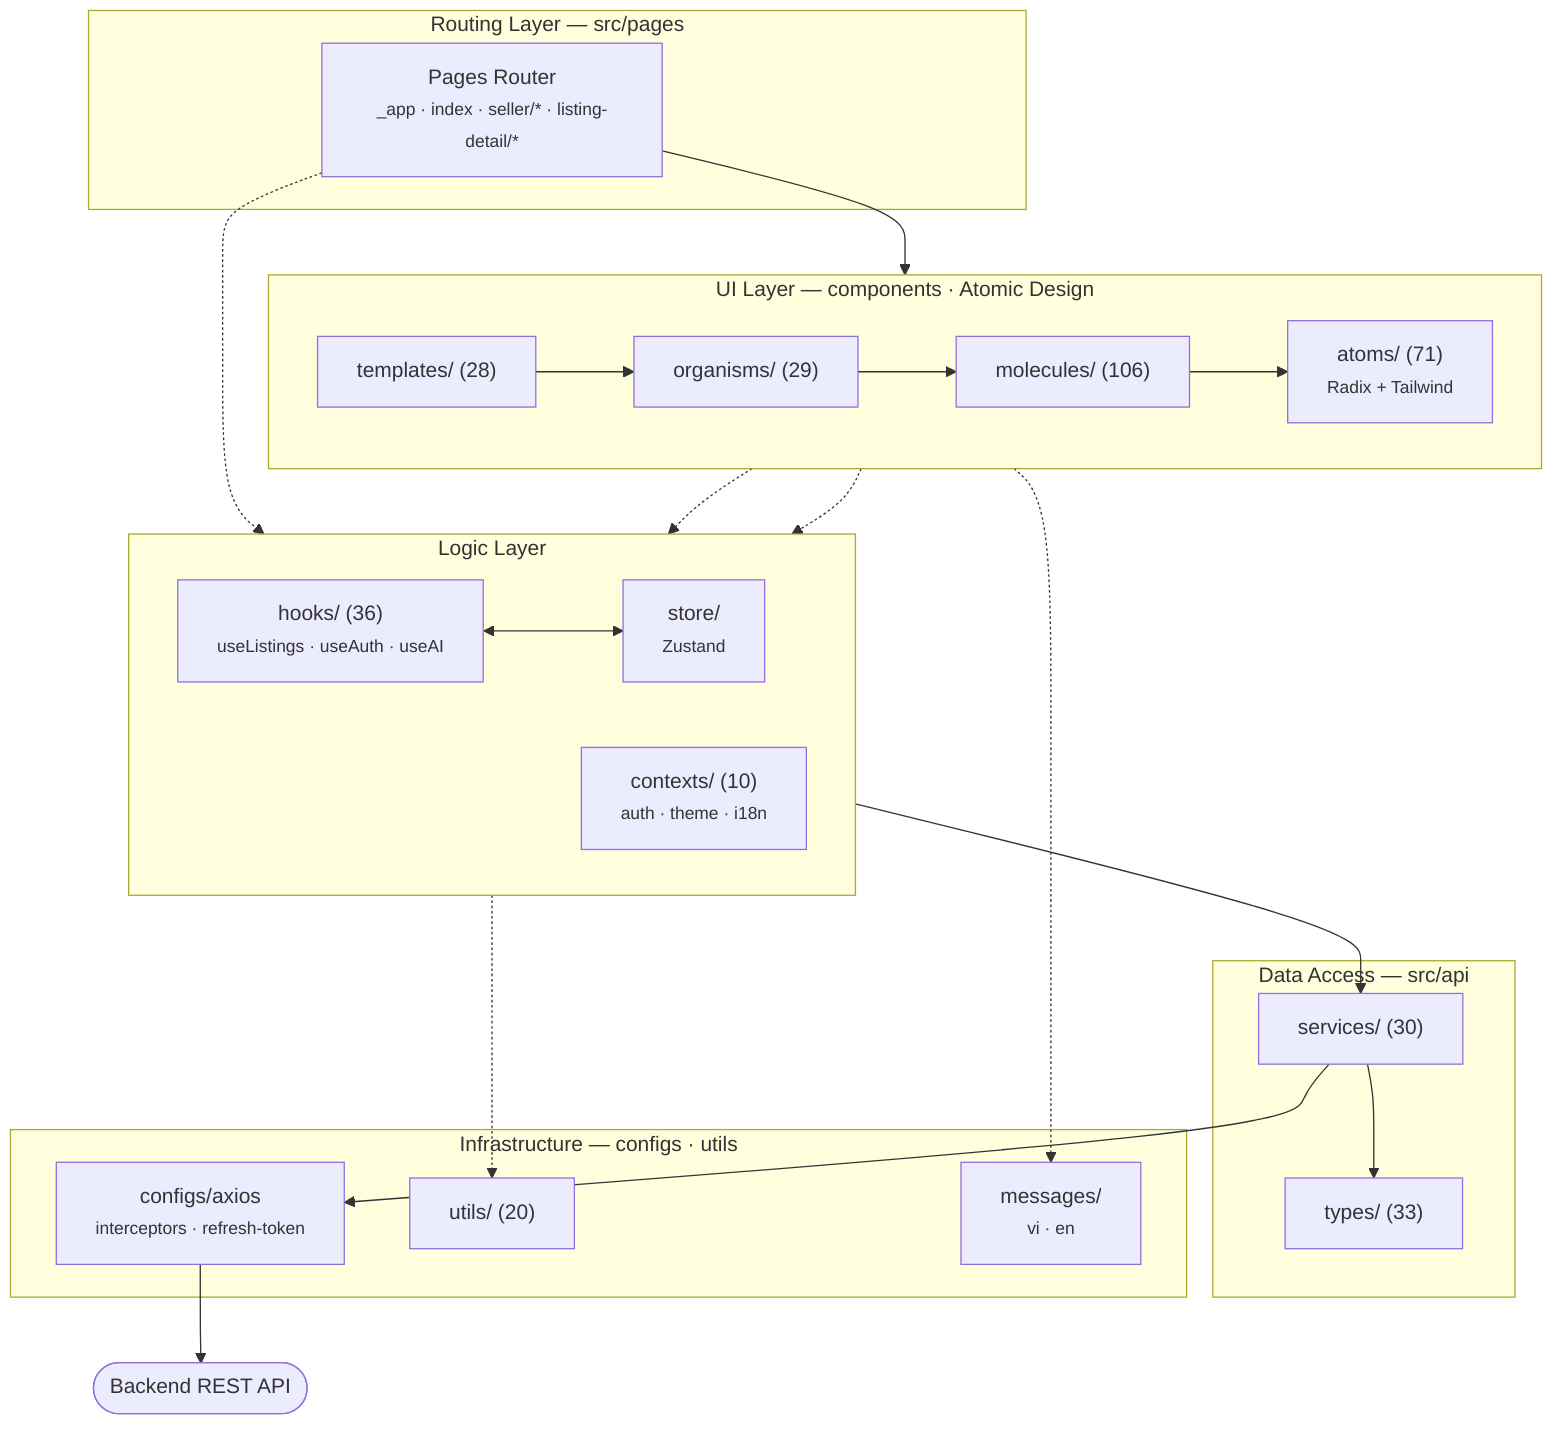
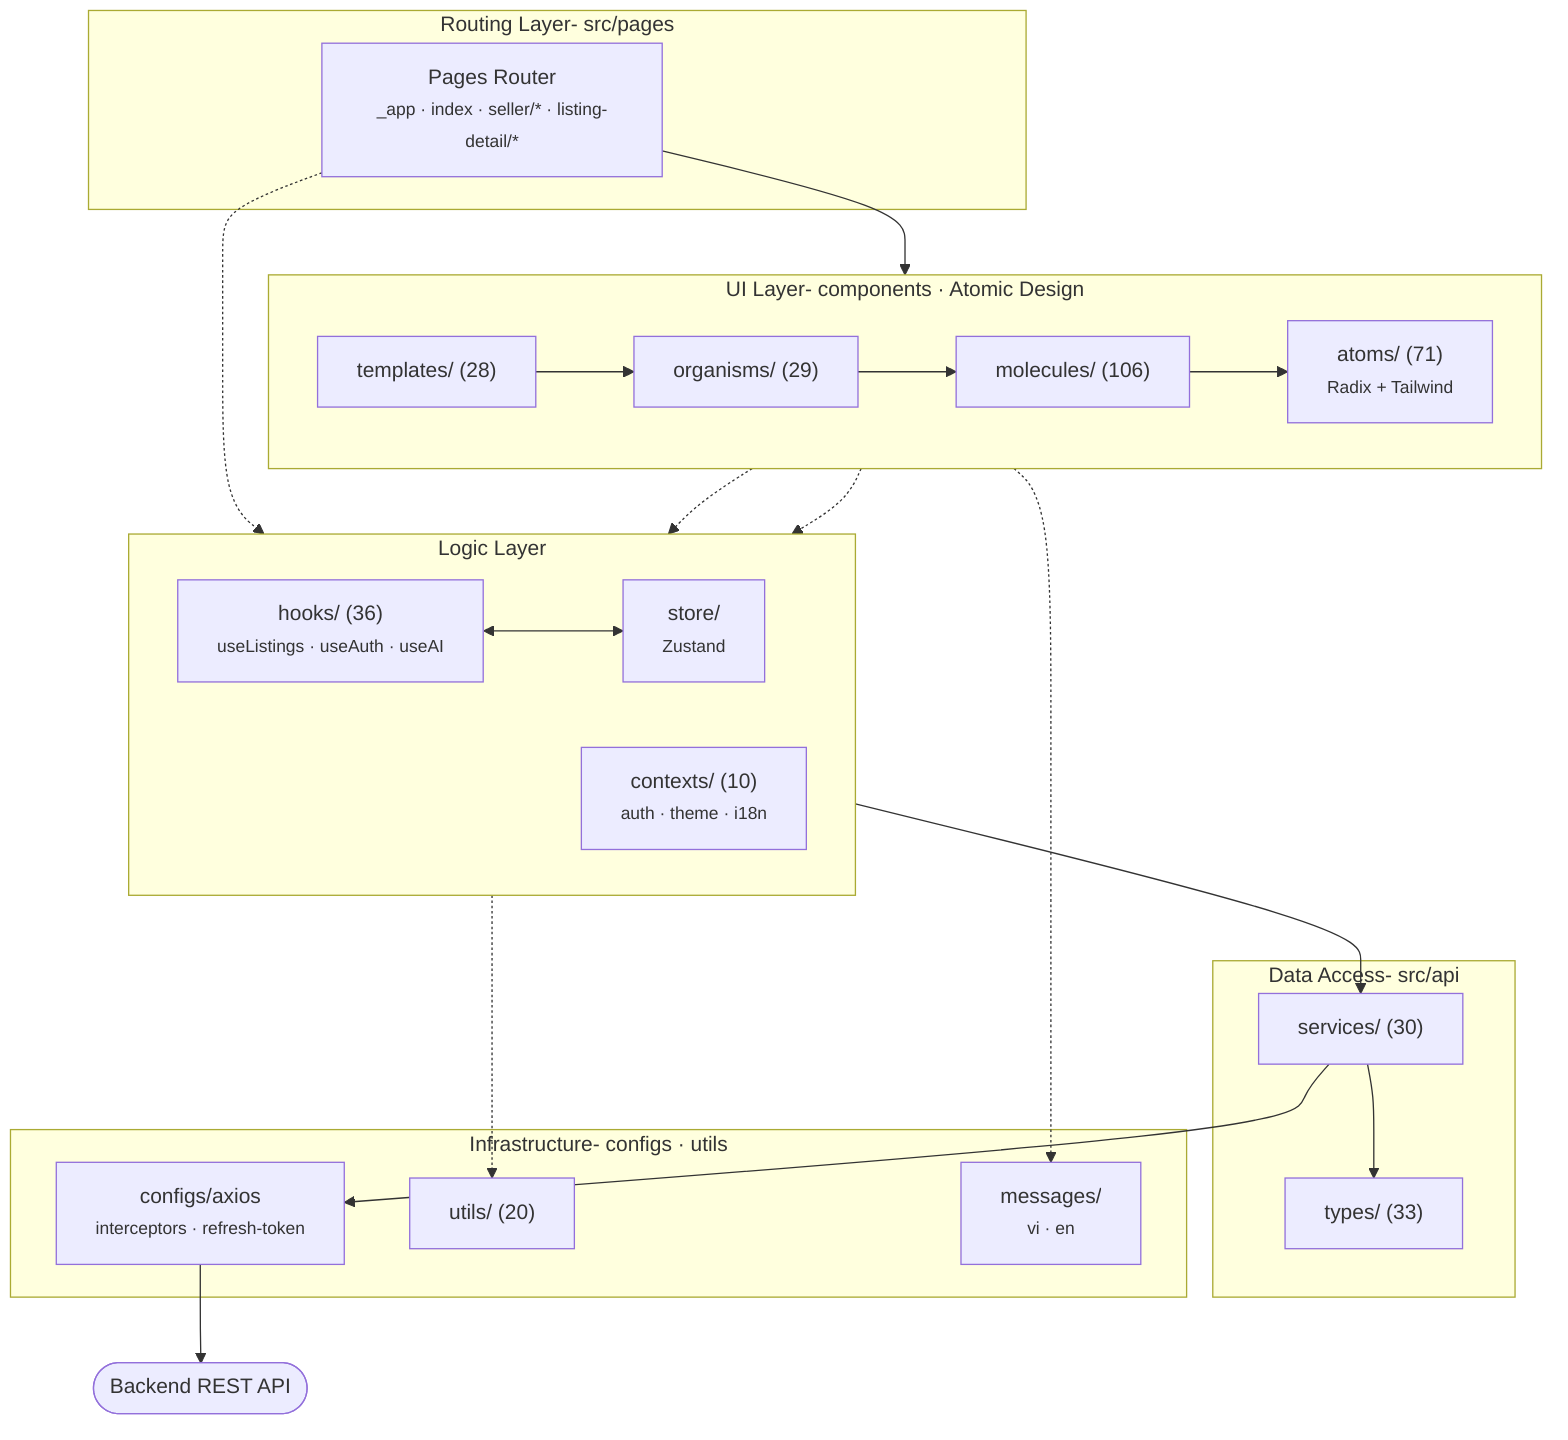
flowchart TB
-  subgraph Routing["Routing Layer — src/pages"]
+  subgraph Routing["Routing Layer- src/pages"]
 Pages["Pages Router<br/><small>_app · index · seller/* · listing-detail/*</small>"]
 end
-  subgraph UI["UI Layer — components · Atomic Design"]
+  subgraph UI["UI Layer- components · Atomic Design"]
 direction LR
 Templates["templates/ (28)"] --> Organisms["organisms/ (29)"] --> Molecules["molecules/ (106)"] --> Atoms["atoms/ (71)<br/><small>Radix + Tailwind</small>"]
 end
 subgraph Logic["Logic Layer"]
 direction LR
 Hooks["hooks/ (36)<br/><small>useListings · useAuth · useAI</small>"]
 Contexts["contexts/ (10)<br/><small>auth · theme · i18n</small>"]
 Store["store/<br/><small>Zustand</small>"]
 end
-  subgraph Data["Data Access — src/api"]
+  subgraph Data["Data Access- src/api"]
 Services["services/ (30)"]
 Types["types/ (33)"]
 end
-  subgraph Infra["Infrastructure — configs · utils"]
+  subgraph Infra["Infrastructure- configs · utils"]
 Axios["configs/axios<br/><small>interceptors · refresh-token</small>"]
 Utils["utils/ (20)"]
 I18n["messages/<br/><small>vi · en</small>"]
 end
 Backend(["Backend REST API"])

 Pages --> Templates
 Organisms -.-> Hooks
 Templates -.-> Hooks
 Hooks --> Services
 Hooks <--> Store
 Pages -.-> Contexts
 Services --> Types
 Services --> Axios
 Axios --> Backend
 Hooks -.-> Utils
 UI -.-> I18n
